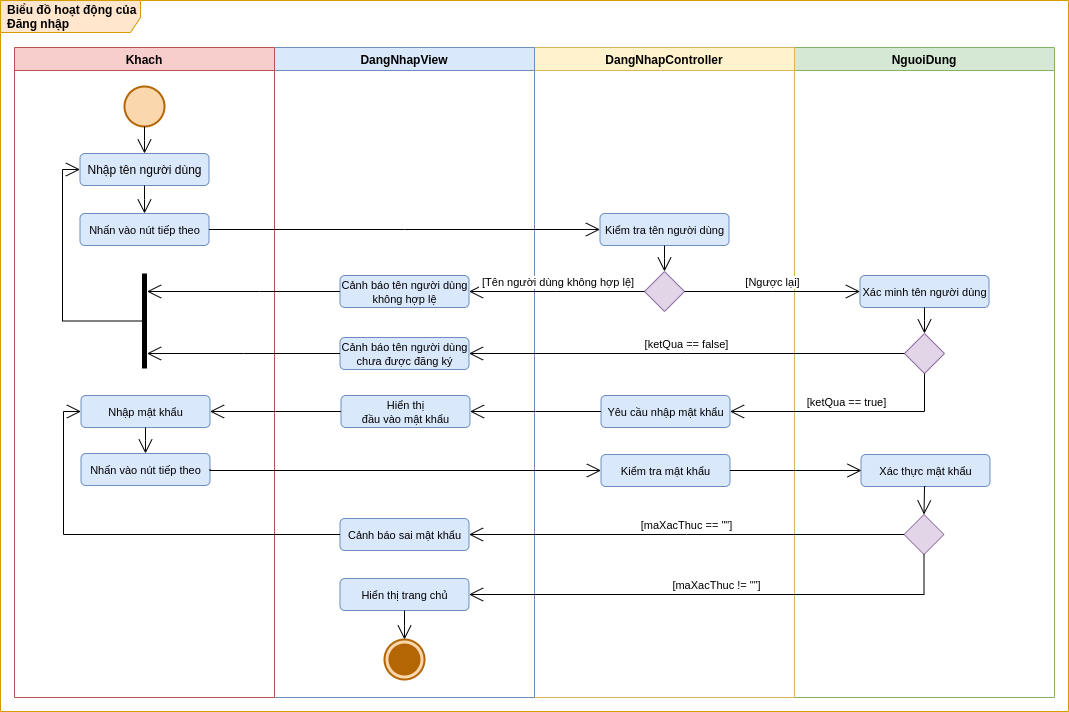
Earlier version of the draw.io export images/Activity Diagram/Login.png (luclegen/medicine16). Source tidied: cells renumbered, new cells last; positions are measured from the earlier drawing's top-left corner, leaving out a move shared by most shapes.
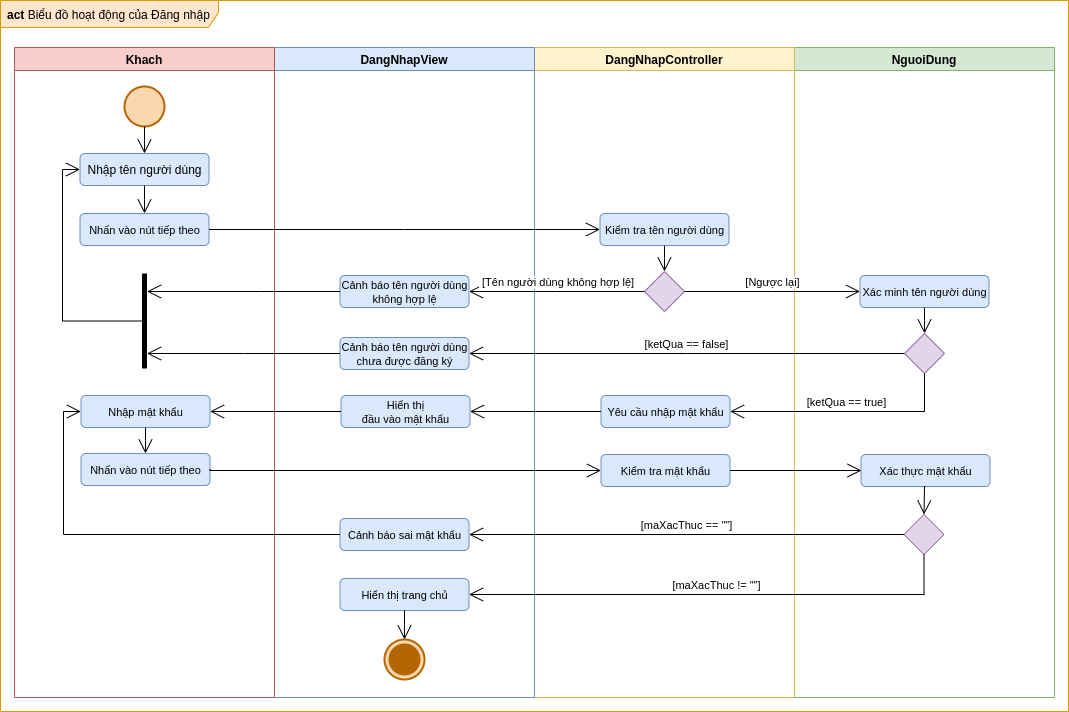
The same diagram one commit later.

Diff of the diagram source:
```diff
@@ -2,12 +2,9 @@
   <root>
     <mxCell id="0" />
     <mxCell id="1" parent="0" />
-    <mxCell id="2" value="&lt;meta charset=&quot;utf-8&quot;&gt;&lt;div style=&quot;color: rgb(246, 246, 244); background-color: rgb(40, 42, 54); font-weight: normal; font-size: 13px; line-height: 20px;&quot;&gt;&lt;br&gt;&lt;/div&gt;" style="text;whiteSpace=wrap;html=1;" parent="1" vertex="1">
-      <mxGeometry x="114.9" y="317.8" width="20" height="33" as="geometry" />
-    </mxCell>
-    <mxCell id="3" value="Biểu đồ hoạt động của Đăng nhập" style="shape=umlFrame;whiteSpace=wrap;html=1;width=140;height=32;boundedLbl=1;verticalAlign=middle;align=left;spacingLeft=5;fontStyle=1;fillColor=#ffe6cc;strokeColor=#d79b00;swimlaneFillColor=#FFFFFF;" parent="1" vertex="1">
-      <mxGeometry width="1068" height="711" as="geometry" />
-    </mxCell>
+    <mxCell id="50" value="act&amp;nbsp;&lt;span style=&quot;font-weight: normal&quot;&gt;Biểu đồ hoạt động của Đăng nhập&lt;/span&gt;" style="shape=umlFrame;whiteSpace=wrap;html=1;width=218;height=27;boundedLbl=1;verticalAlign=middle;align=left;spacingLeft=5;fontStyle=1;fillColor=#ffe6cc;strokeColor=#d79b00;swimlaneFillColor=#FFFFFF;" parent="1" vertex="1">
+      <mxGeometry width="1068" height="711" as="geometry" />
+    </mxCell>
     <mxCell id="4" value="NguoiDung" style="swimlane;fillColor=#d5e8d4;strokeColor=#82b366;" parent="1" vertex="1">
       <mxGeometry x="794" y="47" width="260" height="650" as="geometry" />
     </mxCell>
```
